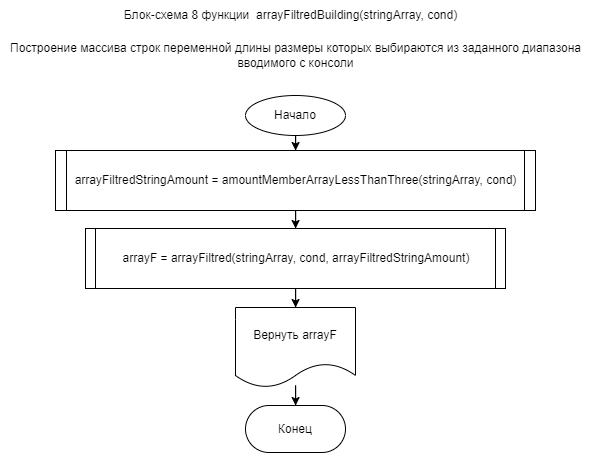
AslanAksir/test_on_the_main_block_Lesson1 keeps this draw.io diagram as picture8.png. Above is the earlier version. Source tidied: cells renumbered, new cells last; positions are measured from the earlier drawing's top-left corner, leaving out a move shared by most shapes. Source of this version:
```xml
<mxGraphModel>
  <root>
    <mxCell id="0" />
    <mxCell id="1" parent="0" />
    <mxCell id="2" style="edgeStyle=orthogonalEdgeStyle;rounded=0;jettySize=auto;html=1;" parent="1" edge="1" source="3" target="5">
      <mxGeometry relative="1" as="geometry" />
    </mxCell>
    <mxCell id="3" value="Начало" style="strokeWidth=1;html=1;shape=mxgraph.flowchart.start_1;whiteSpace=wrap;" parent="1" vertex="1">
      <mxGeometry x="245" y="95" width="100" height="40" as="geometry" />
    </mxCell>
    <mxCell id="4" style="edgeStyle=orthogonalEdgeStyle;rounded=0;jettySize=auto;html=1;" parent="1" edge="1" source="5" target="7">
      <mxGeometry relative="1" as="geometry" />
    </mxCell>
    <mxCell id="5" value="&lt;p class=&quot;MsoNormal&quot;&gt;arrayFiltredStringAmount = amountMemberArrayLessThanThree(stringArray, cond)&lt;/p&gt;" style="shape=process;whiteSpace=wrap;html=1;backgroundOutline=1;strokeWidth=1;size=0.023809523809523808;" parent="1" vertex="1">
      <mxGeometry x="55" y="150" width="480" height="60" as="geometry" />
    </mxCell>
    <mxCell id="6" style="edgeStyle=orthogonalEdgeStyle;rounded=0;jettySize=auto;html=1;" parent="1" edge="1" source="7" target="9">
      <mxGeometry relative="1" as="geometry" />
    </mxCell>
    <mxCell id="7" value="arrayF = arrayFiltred(stringArray, cond, arrayFiltredStringAmount)" style="shape=process;whiteSpace=wrap;html=1;backgroundOutline=1;strokeWidth=1;size=0.023809523809523808;" parent="1" vertex="1">
      <mxGeometry x="85" y="228" width="420" height="60" as="geometry" />
    </mxCell>
    <mxCell id="8" style="edgeStyle=orthogonalEdgeStyle;rounded=0;jettySize=auto;html=1;" parent="1" edge="1" source="9" target="10">
      <mxGeometry relative="1" as="geometry" />
    </mxCell>
    <mxCell id="9" value="Вернуть arrayF" style="shape=document;whiteSpace=wrap;html=1;boundedLbl=1;strokeWidth=1;" parent="1" vertex="1">
      <mxGeometry x="235" y="307" width="120" height="80" as="geometry" />
    </mxCell>
    <mxCell id="10" value="Конец" style="rounded=1;whiteSpace=wrap;html=1;strokeWidth=1;arcSize=50;" parent="1" vertex="1">
      <mxGeometry x="245" y="405" width="100" height="47" as="geometry" />
    </mxCell>
    <mxCell id="11" value="Блок-схема 8 функции&amp;nbsp;&amp;nbsp;arrayFiltredBuilding(stringArray, cond)" style="text;html=1;align=center;verticalAlign=middle;strokeColor=none;fillColor=none;" parent="1" vertex="1">
      <mxGeometry x="110" width="360" height="30" as="geometry" />
    </mxCell>
    <mxCell id="12" value="Построение массива строк переменной длины размеры которых выбираются из заданного диапазона&lt;br&gt;вводимого с консоли" style="text;html=1;align=center;verticalAlign=middle;strokeColor=none;fillColor=none;" parent="1" vertex="1">
      <mxGeometry y="35" width="590" height="40" as="geometry" />
    </mxCell>
  </root>
</mxGraphModel>
```
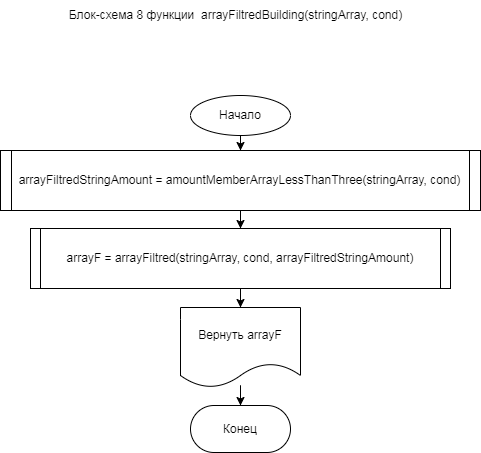
Above is the later version.

Diff of the diagram source:
```diff
@@ -32,8 +32,5 @@
     <mxCell id="11" value="Блок-схема 8 функции&amp;nbsp;&amp;nbsp;arrayFiltredBuilding(stringArray, cond)" style="text;html=1;align=center;verticalAlign=middle;strokeColor=none;fillColor=none;" parent="1" vertex="1">
       <mxGeometry x="110" width="360" height="30" as="geometry" />
     </mxCell>
-    <mxCell id="12" value="Построение массива строк переменной длины размеры которых выбираются из заданного диапазона&lt;br&gt;вводимого с консоли" style="text;html=1;align=center;verticalAlign=middle;strokeColor=none;fillColor=none;" parent="1" vertex="1">
-      <mxGeometry y="35" width="590" height="40" as="geometry" />
-    </mxCell>
   </root>
 </mxGraphModel>
```
